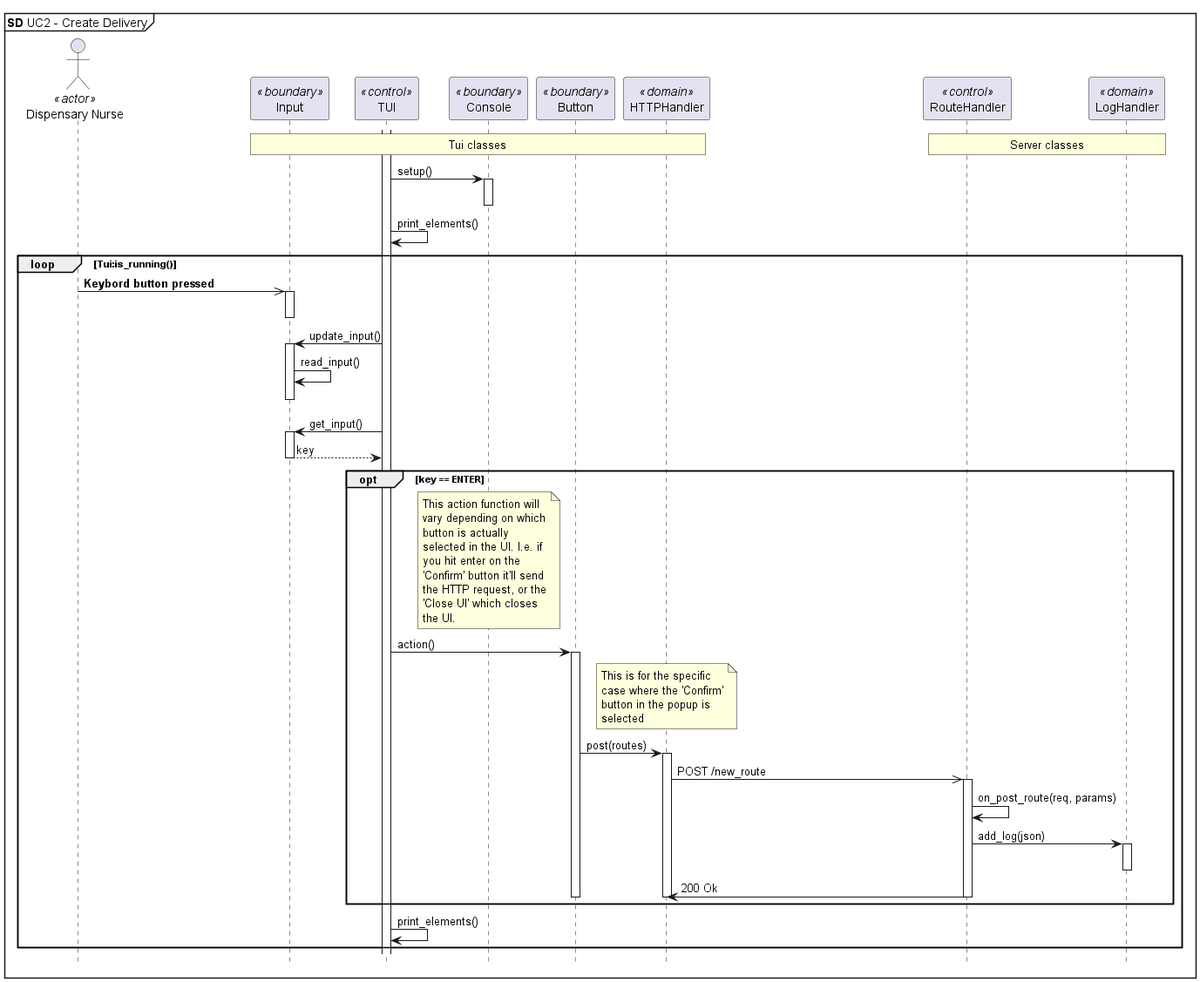
This is docs/diagrams/out/apModel/SD UC2 - Create Delivery - PC.png from lineklemensen/PRJ3, a PlantUML export, as it was before one commit. Its diagram source:
```plantuml
@startuml SD UC2 - Create Delivery - PC

<style>
note {
  MaximumWidth 150
}
</style>

mainframe **SD** UC2 - Create Delivery
hide footbox

actor "Dispensary Nurse" as dn <<actor>>
participant "Input" as in <<boundary>>
participant "TUI" as tui <<control>>
participant "Console" as cs <<boundary>>
participant "Button" as b <<boundary>>
participant "HTTPHandler" as http <<domain>>

participant RouteHandler as r <<control>>
participant LogHandler as l <<domain>>

rnote over in, http: Tui classes
/ rnote over r, l: Server classes

tui++

tui -> cs : setup()

cs++
cs--

tui -> tui: print_elements()

loop Tui:is_running()
  dn ->> in++ : **Keybord button pressed**
  in--
  tui -> in++ : update_input()
  in -> in : read_input()
  in -[hidden]-> in
  in--
  tui -> in++ : get_input()
  in --> tui : key
  in--
  opt key == ENTER
    note over cs : This action function will vary depending on which button is actually selected in the UI. I.e. if you hit enter on the 'Confirm' button it'll send the HTTP request, or the 'Close UI' which closes the UI.
    tui -> b++ : action()

    note over http : This is for the specific case where the 'Confirm' button in the popup is selected

    b -> http++ : post(routes)
    http ->>r++ : POST /new_route
    r -> r : on_post_route(req, params)
    r -> l++ : add_log(json)
    l--
    r -> http : 200 Ok
    r--
    http--
    b--

  end
  tui -> tui : print_elements()
end

@enduml
```
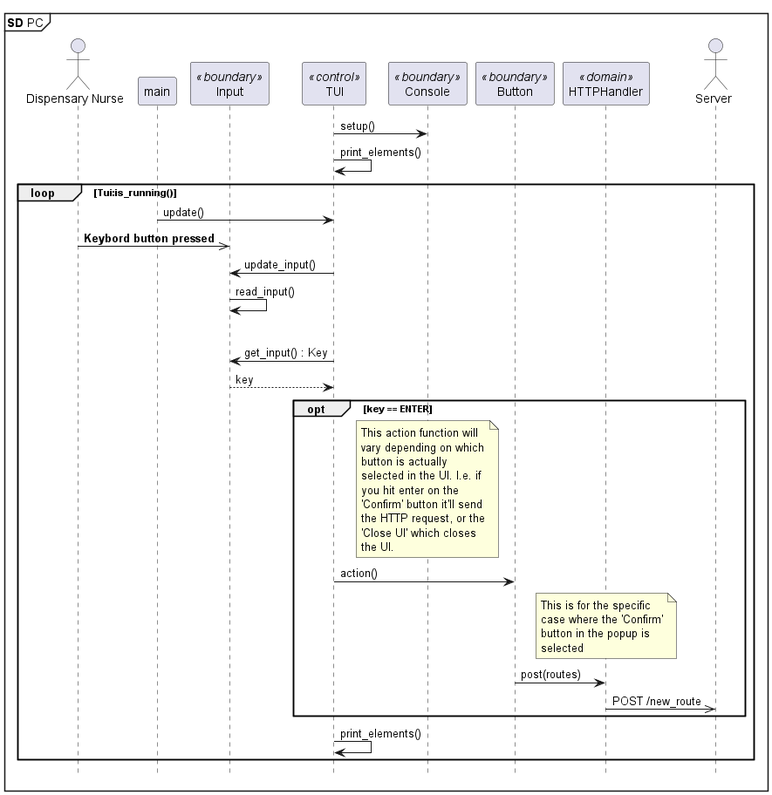
After the change.

Change to the diagram source:
```diff
@@ -6,56 +6,40 @@
 }
 </style>
 
-mainframe **SD** UC2 - Create Delivery
+mainframe **SD** PC
 hide footbox
 
-actor "Dispensary Nurse" as dn <<actor>>
+actor "Dispensary Nurse" as dn
+participant main as main
 participant "Input" as in <<boundary>>
 participant "TUI" as tui <<control>>
 participant "Console" as cs <<boundary>>
 participant "Button" as b <<boundary>>
 participant "HTTPHandler" as http <<domain>>
+actor "Server" as srv
 
-participant RouteHandler as r <<control>>
-participant LogHandler as l <<domain>>
-
-rnote over in, http: Tui classes
-/ rnote over r, l: Server classes
-
-tui++
 
 tui -> cs : setup()
-
-cs++
-cs--
 
 tui -> tui: print_elements()
 
 loop Tui:is_running()
-  dn ->> in++ : **Keybord button pressed**
-  in--
-  tui -> in++ : update_input()
+
+  main -> tui : update()
+  dn ->> in : **Keybord button pressed**
+  tui -> in : update_input()
   in -> in : read_input()
   in -[hidden]-> in
-  in--
-  tui -> in++ : get_input()
+  tui -> in : get_input() : Key
   in --> tui : key
-  in--
   opt key == ENTER
     note over cs : This action function will vary depending on which button is actually selected in the UI. I.e. if you hit enter on the 'Confirm' button it'll send the HTTP request, or the 'Close UI' which closes the UI.
-    tui -> b++ : action()
+    tui -> b : action()
 
     note over http : This is for the specific case where the 'Confirm' button in the popup is selected
 
-    b -> http++ : post(routes)
-    http ->>r++ : POST /new_route
-    r -> r : on_post_route(req, params)
-    r -> l++ : add_log(json)
-    l--
-    r -> http : 200 Ok
-    r--
-    http--
-    b--
+    b -> http : post(routes)
+    http ->> srv : POST /new_route
 
   end
   tui -> tui : print_elements()
```
